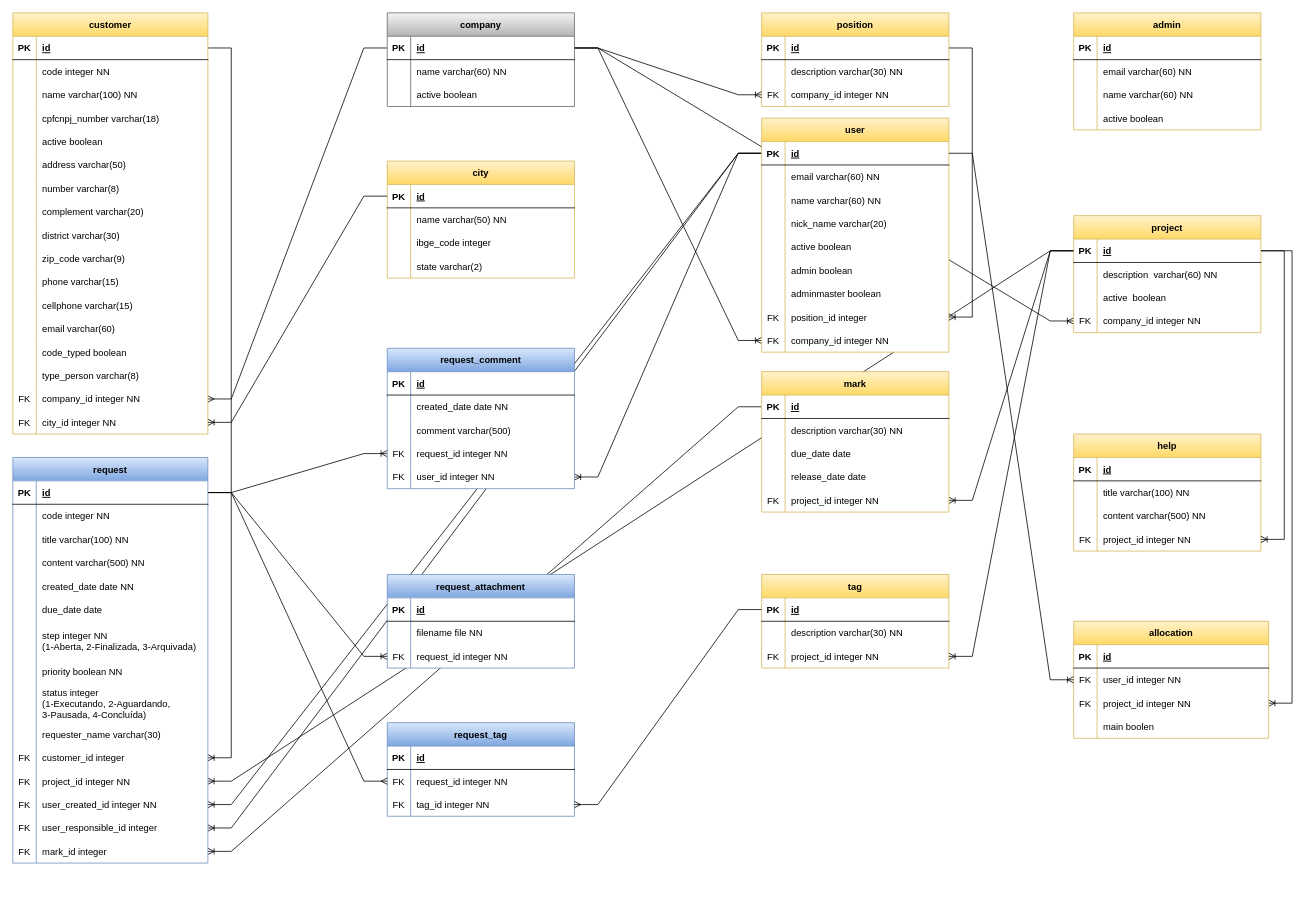
The draw.io diagram lib/docs/Entidades.drawio in edsoncosta-br/sfhelpdesk, before the edit. Source tidied: cells renumbered, new cells numbered last; positions are measured from the earlier drawing's top-left corner, leaving out a move shared by most shapes. Both pictures are drawn from the tidied source at 78%, with x=0, y=0 at pixel (12, 12).
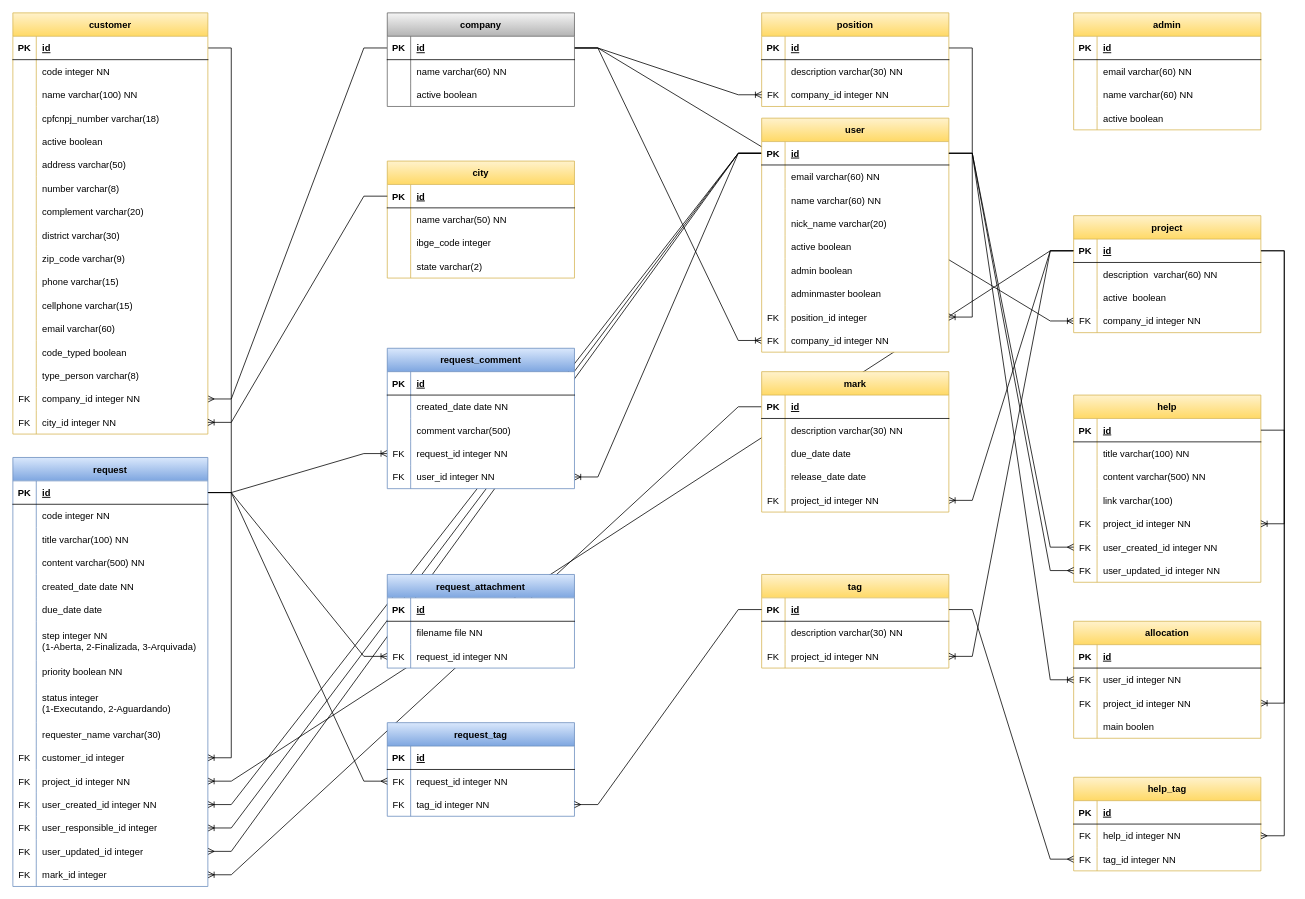
The same page after the edit.

The change refers to these unchanged cells:
```xml
<mxCell id="81" style="shape=tableRow;horizontal=0;startSize=0;swimlaneHead=0;swimlaneBody=0;fillColor=none;points=[[0,0.5],[1,0.5]];portConstraint=eastwest;top=0;left=0;right=0;bottom=1;" parent="80" vertex="1">
  <mxGeometry y="30" width="240" height="30" as="geometry" />
</mxCell>
<mxCell id="109" style="shape=tableRow;horizontal=0;startSize=0;swimlaneHead=0;swimlaneBody=0;fillColor=none;points=[[0,0.5],[1,0.5]];portConstraint=eastwest;top=0;left=0;right=0;bottom=1;" parent="108" vertex="1">
  <mxGeometry y="30" width="240" height="30" as="geometry" />
</mxCell>
<mxCell id="159" style="shape=tableRow;horizontal=0;startSize=0;swimlaneHead=0;swimlaneBody=0;fillColor=none;top=0;left=0;right=0;bottom=0;" parent="134" vertex="1">
  <mxGeometry y="290" width="250" height="50" as="geometry" />
</mxCell>
<mxCell id="270" style="shape=tableRow;horizontal=0;startSize=0;swimlaneHead=0;swimlaneBody=0;fillColor=none;points=[[0,0.5],[1,0.5]];portConstraint=eastwest;top=0;left=0;right=0;bottom=1;" parent="269" vertex="1">
  <mxGeometry y="30" width="240" height="30" as="geometry" />
</mxCell>
```

Diff of the diagram source:
```diff
@@
+    <mxCell id="296" style="edgeStyle=entityRelationEdgeStyle;fontSize=12;html=1;endArrow=ERmany;rounded=0;" parent="1" edge="1" source="81" target="297">
+      <mxGeometry relative="1" as="geometry" />
+    </mxCell>
@@
     <mxCell id="134" value="request" style="shape=table;startSize=30;childLayout=tableLayout;rowLines=0;fontStyle=1;align=center;swimlaneFillColor=#FFFFFF;fillColor=#dae8fc;strokeColor=#6c8ebf;gradientColor=#7ea6e0;" parent="1" vertex="1">
-      <mxGeometry y="570" width="250" height="520" as="geometry" />
+      <mxGeometry y="570" width="250" height="550" as="geometry" />
     </mxCell>
@@
-    <mxCell id="161" value="status integer&#10;(1-Executando, 2-Aguardando, &#10;3-Pausada, 4-Concluída)" style="shape=partialRectangle;fillColor=none;top=0;left=0;bottom=0;right=0;align=left;spacingLeft=6;overflow=hidden;" parent="159" vertex="1">
+    <mxCell id="161" value="status integer&#10;(1-Executando, 2-Aguardando)" style="shape=partialRectangle;fillColor=none;top=0;left=0;bottom=0;right=0;align=left;spacingLeft=6;overflow=hidden;" parent="159" vertex="1">
       <mxGeometry x="30" width="220" height="50" as="geometry" />
     </mxCell>
@@
+    <mxCell id="297" style="shape=tableRow;horizontal=0;startSize=0;swimlaneHead=0;swimlaneBody=0;fillColor=none;points=[[0,0.5],[1,0.5]];portConstraint=eastwest;top=0;left=0;right=0;bottom=0;" parent="134" vertex="1">
+      <mxGeometry y="490" width="250" height="30" as="geometry" />
+    </mxCell>
+    <mxCell id="298" value="FK" style="shape=partialRectangle;fillColor=none;top=0;left=0;bottom=0;right=0;overflow=hidden;" parent="297" vertex="1">
+      <mxGeometry width="30" height="30" as="geometry" />
+    </mxCell>
+    <mxCell id="299" value="user_updated_id integer" style="shape=partialRectangle;fillColor=none;top=0;left=0;bottom=0;right=0;align=left;spacingLeft=6;overflow=hidden;" parent="297" vertex="1">
+      <mxGeometry x="30" width="220" height="30" as="geometry" />
+    </mxCell>
     <mxCell id="177" style="shape=tableRow;horizontal=0;startSize=0;swimlaneHead=0;swimlaneBody=0;fillColor=none;points=[[0,0.5],[1,0.5]];portConstraint=eastwest;top=0;left=0;right=0;bottom=0;" parent="134" vertex="1">
-      <mxGeometry y="490" width="250" height="30" as="geometry" />
+      <mxGeometry y="520" width="250" height="30" as="geometry" />
     </mxCell>
@@
     <mxCell id="196" value="allocation" style="shape=table;startSize=30;childLayout=tableLayout;rowLines=0;fontStyle=1;align=center;swimlaneFillColor=#FFFFFF;fillColor=#fff2cc;strokeColor=#d6b656;gradientColor=#ffd966;" parent="1" vertex="1">
-      <mxGeometry x="1360" y="780" width="250" height="150" as="geometry" />
+      <mxGeometry x="1360" y="780" width="240" height="150" as="geometry" />
     </mxCell>
     <mxCell id="197" style="shape=tableRow;horizontal=0;startSize=0;swimlaneHead=0;swimlaneBody=0;fillColor=none;top=0;left=0;right=0;bottom=1;" parent="196" vertex="1">
-      <mxGeometry y="30" width="250" height="30" as="geometry" />
+      <mxGeometry y="30" width="240" height="30" as="geometry" />
     </mxCell>
@@
     <mxCell id="199" value="id" style="shape=partialRectangle;fillColor=none;top=0;left=0;bottom=0;right=0;align=left;spacingLeft=6;fontStyle=5;overflow=hidden;" parent="197" vertex="1">
-      <mxGeometry x="30" width="220" height="30" as="geometry" />
+      <mxGeometry x="30" width="210" height="30" as="geometry" />
     </mxCell>
     <mxCell id="200" style="shape=tableRow;horizontal=0;startSize=0;swimlaneHead=0;swimlaneBody=0;fillColor=none;points=[[0,0.5],[1,0.5]];portConstraint=eastwest;top=0;left=0;right=0;bottom=0;" parent="196" vertex="1">
-      <mxGeometry y="60" width="250" height="30" as="geometry" />
+      <mxGeometry y="60" width="240" height="30" as="geometry" />
     </mxCell>
@@
     <mxCell id="202" value="user_id integer NN" style="shape=partialRectangle;fillColor=none;top=0;left=0;bottom=0;right=0;align=left;spacingLeft=6;overflow=hidden;" parent="200" vertex="1">
-      <mxGeometry x="30" width="220" height="30" as="geometry" />
+      <mxGeometry x="30" width="210" height="30" as="geometry" />
     </mxCell>
     <mxCell id="203" style="shape=tableRow;horizontal=0;startSize=0;swimlaneHead=0;swimlaneBody=0;fillColor=none;points=[[0,0.5],[1,0.5]];portConstraint=eastwest;top=0;left=0;right=0;bottom=0;" parent="196" vertex="1">
-      <mxGeometry y="90" width="250" height="30" as="geometry" />
+      <mxGeometry y="90" width="240" height="30" as="geometry" />
     </mxCell>
@@
     <mxCell id="205" value="project_id integer NN" style="shape=partialRectangle;fillColor=none;top=0;left=0;bottom=0;right=0;align=left;spacingLeft=6;overflow=hidden;" parent="203" vertex="1">
-      <mxGeometry x="30" width="220" height="30" as="geometry" />
+      <mxGeometry x="30" width="210" height="30" as="geometry" />
     </mxCell>
     <mxCell id="206" style="shape=tableRow;horizontal=0;startSize=0;swimlaneHead=0;swimlaneBody=0;fillColor=none;top=0;left=0;right=0;bottom=0;" parent="196" vertex="1">
-      <mxGeometry y="120" width="250" height="30" as="geometry" />
+      <mxGeometry y="120" width="240" height="30" as="geometry" />
     </mxCell>
@@
     <mxCell id="208" value="main boolen" style="shape=partialRectangle;fillColor=none;top=0;left=0;bottom=0;right=0;align=left;spacingLeft=6;overflow=hidden;" parent="206" vertex="1">
-      <mxGeometry x="30" width="220" height="30" as="geometry" />
+      <mxGeometry x="30" width="210" height="30" as="geometry" />
     </mxCell>
@@
     <mxCell id="269" value="help" style="shape=table;startSize=30;childLayout=tableLayout;rowLines=0;fontStyle=1;align=center;swimlaneFillColor=#FFFFFF;fillColor=#fff2cc;gradientColor=#ffd966;strokeColor=#d6b656;" parent="1" vertex="1">
-      <mxGeometry x="1360" y="540" width="240" height="150" as="geometry" />
+      <mxGeometry x="1360" y="490" width="240" height="240" as="geometry" />
     </mxCell>
@@
+    <mxCell id="300" style="shape=tableRow;horizontal=0;startSize=0;swimlaneHead=0;swimlaneBody=0;fillColor=none;top=0;left=0;right=0;bottom=0;" parent="269" vertex="1">
+      <mxGeometry y="120" width="240" height="30" as="geometry" />
+    </mxCell>
+    <mxCell id="301" style="shape=partialRectangle;fillColor=none;top=0;left=0;bottom=0;right=0;overflow=hidden;" parent="300" vertex="1">
+      <mxGeometry width="30" height="30" as="geometry" />
+    </mxCell>
+    <mxCell id="302" value="link varchar(100)" style="shape=partialRectangle;fillColor=none;top=0;left=0;bottom=0;right=0;align=left;spacingLeft=6;overflow=hidden;" parent="300" vertex="1">
+      <mxGeometry x="30" width="210" height="30" as="geometry" />
+    </mxCell>
     <mxCell id="279" style="shape=tableRow;horizontal=0;startSize=0;swimlaneHead=0;swimlaneBody=0;fillColor=none;points=[[0,0.5],[1,0.5]];portConstraint=eastwest;top=0;left=0;right=0;bottom=0;" parent="269" vertex="1">
-      <mxGeometry y="120" width="240" height="30" as="geometry" />
+      <mxGeometry y="150" width="240" height="30" as="geometry" />
     </mxCell>
@@
+    <mxCell id="303" style="shape=tableRow;horizontal=0;startSize=0;swimlaneHead=0;swimlaneBody=0;fillColor=none;points=[[0,0.5],[1,0.5]];portConstraint=eastwest;top=0;left=0;right=0;bottom=0;" parent="269" vertex="1">
+      <mxGeometry y="180" width="240" height="30" as="geometry" />
+    </mxCell>
+    <mxCell id="304" value="FK" style="shape=partialRectangle;fillColor=none;top=0;left=0;bottom=0;right=0;overflow=hidden;" parent="303" vertex="1">
+      <mxGeometry width="30" height="30" as="geometry" />
+    </mxCell>
+    <mxCell id="305" value="user_created_id integer NN" style="shape=partialRectangle;fillColor=none;top=0;left=0;bottom=0;right=0;align=left;spacingLeft=6;overflow=hidden;" parent="303" vertex="1">
+      <mxGeometry x="30" width="210" height="30" as="geometry" />
+    </mxCell>
+    <mxCell id="306" style="shape=tableRow;horizontal=0;startSize=0;swimlaneHead=0;swimlaneBody=0;fillColor=none;points=[[0,0.5],[1,0.5]];portConstraint=eastwest;top=0;left=0;right=0;bottom=0;" parent="269" vertex="1">
+      <mxGeometry y="210" width="240" height="30" as="geometry" />
+    </mxCell>
+    <mxCell id="307" value="FK" style="shape=partialRectangle;fillColor=none;top=0;left=0;bottom=0;right=0;overflow=hidden;" parent="306" vertex="1">
+      <mxGeometry width="30" height="30" as="geometry" />
+    </mxCell>
+    <mxCell id="308" value="user_updated_id integer NN" style="shape=partialRectangle;fillColor=none;top=0;left=0;bottom=0;right=0;align=left;spacingLeft=6;overflow=hidden;" parent="306" vertex="1">
+      <mxGeometry x="30" width="210" height="30" as="geometry" />
+    </mxCell>
@@
+    <mxCell id="309" style="edgeStyle=entityRelationEdgeStyle;fontSize=12;html=1;endArrow=ERmany;rounded=0;" parent="1" edge="1" source="81" target="303">
+      <mxGeometry relative="1" as="geometry" />
+    </mxCell>
+    <mxCell id="310" style="edgeStyle=entityRelationEdgeStyle;fontSize=12;html=1;endArrow=ERmany;rounded=0;" parent="1" edge="1" source="81" target="306">
+      <mxGeometry relative="1" as="geometry" />
+    </mxCell>
+    <mxCell id="311" value="help_tag" style="shape=table;startSize=30;childLayout=tableLayout;rowLines=0;fontStyle=1;align=center;swimlaneFillColor=#FFFFFF;fillColor=#fff2cc;strokeColor=#d6b656;gradientColor=#ffd966;" parent="1" vertex="1">
+      <mxGeometry x="1360" y="980" width="240" height="120" as="geometry" />
+    </mxCell>
+    <mxCell id="312" style="shape=tableRow;horizontal=0;startSize=0;swimlaneHead=0;swimlaneBody=0;fillColor=none;top=0;left=0;right=0;bottom=1;" parent="311" vertex="1">
+      <mxGeometry y="30" width="240" height="30" as="geometry" />
+    </mxCell>
+    <mxCell id="313" value="PK" style="shape=partialRectangle;fillColor=none;top=0;left=0;bottom=0;right=0;fontStyle=1;overflow=hidden;" parent="312" vertex="1">
+      <mxGeometry width="30" height="30" as="geometry" />
+    </mxCell>
+    <mxCell id="314" value="id" style="shape=partialRectangle;fillColor=none;top=0;left=0;bottom=0;right=0;align=left;spacingLeft=6;fontStyle=5;overflow=hidden;" parent="312" vertex="1">
+      <mxGeometry x="30" width="210" height="30" as="geometry" />
+    </mxCell>
+    <mxCell id="315" style="shape=tableRow;horizontal=0;startSize=0;swimlaneHead=0;swimlaneBody=0;fillColor=none;points=[[0,0.5],[1,0.5]];portConstraint=eastwest;top=0;left=0;right=0;bottom=0;" parent="311" vertex="1">
+      <mxGeometry y="60" width="240" height="30" as="geometry" />
+    </mxCell>
+    <mxCell id="316" value="FK" style="shape=partialRectangle;fillColor=none;top=0;left=0;bottom=0;right=0;overflow=hidden;" parent="315" vertex="1">
+      <mxGeometry width="30" height="30" as="geometry" />
+    </mxCell>
+    <mxCell id="317" value="help_id integer NN" style="shape=partialRectangle;fillColor=none;top=0;left=0;bottom=0;right=0;align=left;spacingLeft=6;overflow=hidden;" parent="315" vertex="1">
+      <mxGeometry x="30" width="210" height="30" as="geometry" />
+    </mxCell>
+    <mxCell id="318" style="shape=tableRow;horizontal=0;startSize=0;swimlaneHead=0;swimlaneBody=0;fillColor=none;points=[[0,0.5],[1,0.5]];portConstraint=eastwest;top=0;left=0;right=0;bottom=0;" parent="311" vertex="1">
+      <mxGeometry y="90" width="240" height="30" as="geometry" />
+    </mxCell>
+    <mxCell id="319" value="FK" style="shape=partialRectangle;fillColor=none;top=0;left=0;bottom=0;right=0;overflow=hidden;" parent="318" vertex="1">
+      <mxGeometry width="30" height="30" as="geometry" />
+    </mxCell>
+    <mxCell id="320" value="tag_id integer NN" style="shape=partialRectangle;fillColor=none;top=0;left=0;bottom=0;right=0;align=left;spacingLeft=6;overflow=hidden;" parent="318" vertex="1">
+      <mxGeometry x="30" width="210" height="30" as="geometry" />
+    </mxCell>
+    <mxCell id="321" style="edgeStyle=entityRelationEdgeStyle;fontSize=12;html=1;endArrow=ERmany;rounded=0;" parent="1" edge="1" source="109" target="318">
+      <mxGeometry relative="1" as="geometry" />
+    </mxCell>
+    <mxCell id="322" style="edgeStyle=entityRelationEdgeStyle;fontSize=12;html=1;endArrow=ERmany;rounded=0;" parent="1" edge="1" source="270" target="315">
+      <mxGeometry relative="1" as="geometry" />
+    </mxCell>
```
